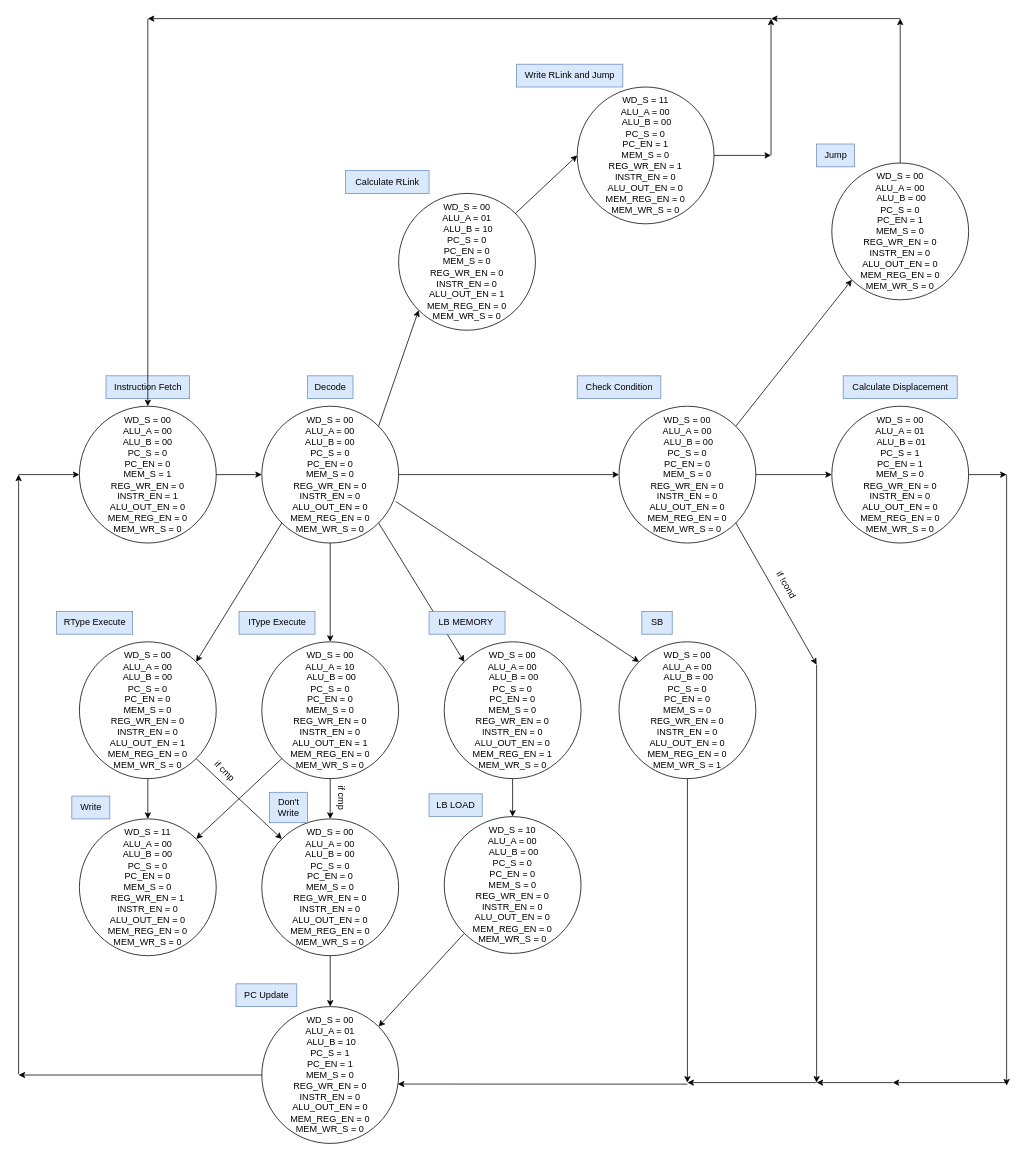
Earlier version of the draw.io diagram FSM.drawio (JaredMiller9922/3710-Group-Project). Source tidied: cells renumbered, new cells numbered last; positions are measured from the earlier drawing's top-left corner, leaving out a move shared by most shapes. Both pictures are drawn from the tidied source at 76%, with x=0, y=0 at pixel (18, 18).
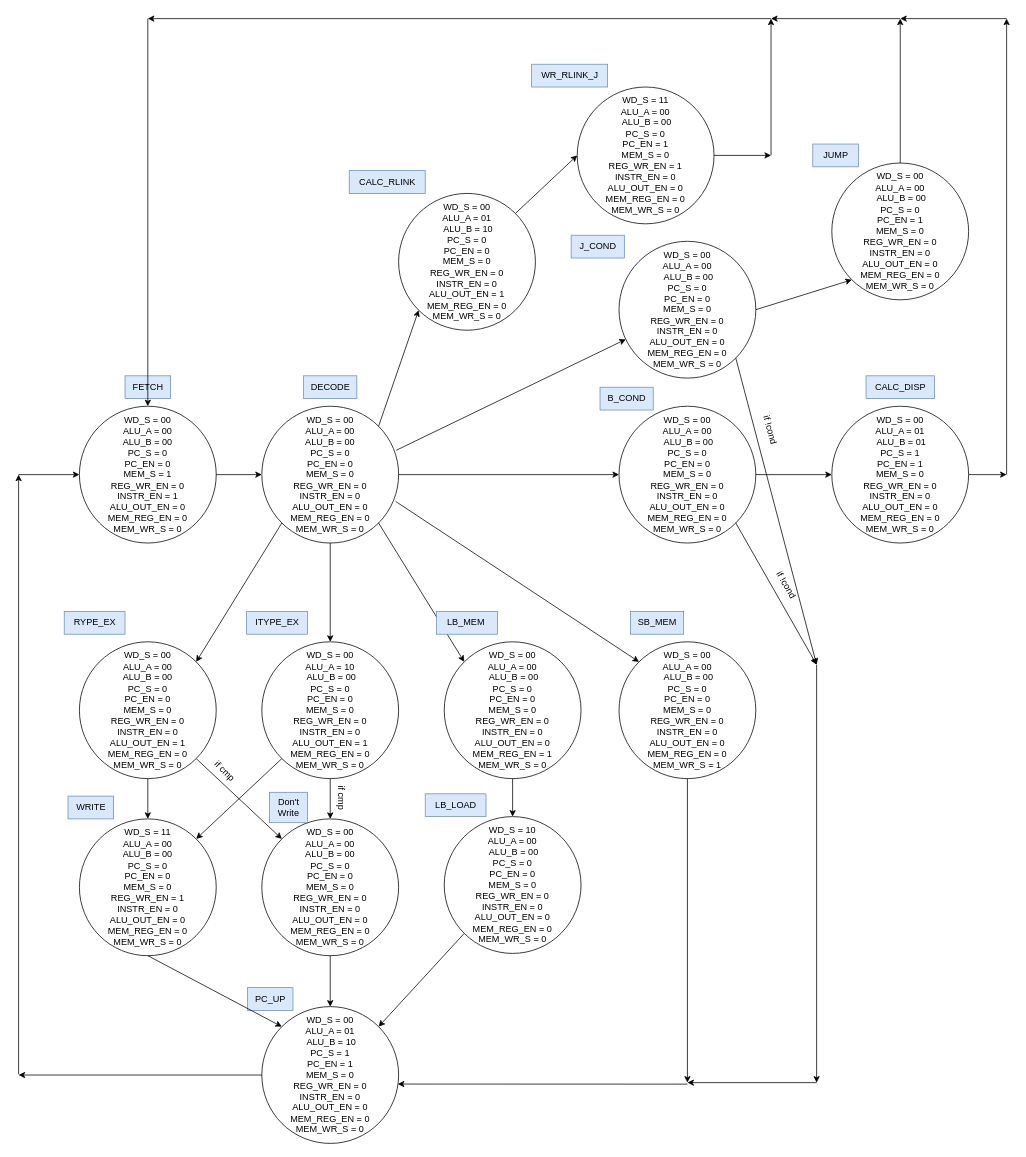
Above is the later version.

Commit message (it also covers changes not shown here):
updates datapath and fsm

The change refers to these unchanged cells:
```xml
<mxCell id="4" value="&lt;div&gt;&lt;div&gt;WD_S = 00&lt;/div&gt;&lt;div&gt;ALU_A = 00&lt;/div&gt;&lt;div&gt;ALU_B = 00&lt;/div&gt;&lt;div&gt;PC_S = 0&lt;/div&gt;&lt;div&gt;PC_EN = 0&lt;/div&gt;&lt;div&gt;MEM_S = 0&lt;/div&gt;&lt;div&gt;&lt;span style=&quot;background-color: initial;&quot;&gt;REG_WR_EN = 0&lt;/span&gt;&lt;/div&gt;&lt;/div&gt;&lt;div&gt;INSTR_EN = 0&lt;/div&gt;&lt;div&gt;&lt;span style=&quot;background-color: initial;&quot;&gt;ALU_OUT_EN = 0&lt;br&gt;&lt;/span&gt;&lt;div&gt;&lt;span style=&quot;background-color: initial;&quot;&gt;MEM_REG_EN = 0&lt;/span&gt;&lt;/div&gt;&lt;div&gt;&lt;span style=&quot;background-color: initial;&quot;&gt;MEM_WR_S = 0&lt;/span&gt;&lt;/div&gt;&lt;/div&gt;" style="ellipse;whiteSpace=wrap;html=1;" parent="1" vertex="1">
  <mxGeometry x="320" y="510" width="180" height="180" as="geometry" />
</mxCell>
<mxCell id="9" value="&lt;div&gt;&lt;div&gt;WD_S = 11&lt;/div&gt;&lt;div&gt;ALU_A = 00&lt;/div&gt;&lt;div&gt;ALU_B = 00&lt;/div&gt;&lt;div&gt;PC_S = 0&lt;/div&gt;&lt;div&gt;PC_EN = 0&lt;/div&gt;&lt;div&gt;MEM_S = 0&lt;/div&gt;&lt;div&gt;&lt;span style=&quot;background-color: initial;&quot;&gt;REG_WR_EN = 1&lt;/span&gt;&lt;/div&gt;&lt;/div&gt;&lt;div&gt;INSTR_EN = 0&lt;/div&gt;&lt;div&gt;&lt;/div&gt;ALU_OUT_EN = 0&lt;div&gt;&lt;div&gt;&lt;span style=&quot;background-color: initial;&quot;&gt;MEM_REG_EN = 0&lt;/span&gt;&lt;/div&gt;&lt;div&gt;&lt;span style=&quot;background-color: initial;&quot;&gt;MEM_WR_S = 0&lt;/span&gt;&lt;/div&gt;&lt;/div&gt;" style="ellipse;whiteSpace=wrap;html=1;" parent="1" vertex="1">
  <mxGeometry x="80" y="1053" width="180" height="180" as="geometry" />
</mxCell>
<mxCell id="23" value="&lt;div&gt;&lt;div&gt;WD_S = 00&lt;/div&gt;&lt;div&gt;ALU_A = 01&lt;/div&gt;&lt;div&gt;&amp;nbsp;ALU_B = 10&lt;/div&gt;&lt;div&gt;PC_S = 1&lt;/div&gt;&lt;div&gt;PC_EN = 1&lt;/div&gt;&lt;div&gt;MEM_S = 0&lt;/div&gt;&lt;div&gt;&lt;span style=&quot;background-color: initial;&quot;&gt;REG_WR_EN = 0&lt;/span&gt;&lt;/div&gt;&lt;/div&gt;&lt;div&gt;INSTR_EN = 0&lt;/div&gt;&lt;div&gt;ALU_OUT_EN = 0&lt;/div&gt;&lt;div&gt;&lt;div&gt;&lt;span style=&quot;background-color: initial;&quot;&gt;MEM_REG_EN = 0&lt;/span&gt;&lt;/div&gt;&lt;div&gt;&lt;span style=&quot;background-color: initial;&quot;&gt;MEM_WR_S = 0&lt;/span&gt;&lt;/div&gt;&lt;/div&gt;" style="ellipse;whiteSpace=wrap;html=1;" parent="1" vertex="1">
  <mxGeometry x="320" y="1300" width="180" height="180" as="geometry" />
</mxCell>
<mxCell id="41" value="&lt;div&gt;&lt;div&gt;WD_S = 00&lt;/div&gt;&lt;div&gt;ALU_A = 00&lt;/div&gt;&lt;div&gt;&amp;nbsp;ALU_B = 00&lt;/div&gt;&lt;div&gt;PC_S = 0&lt;/div&gt;&lt;div&gt;PC_EN = 0&lt;/div&gt;&lt;div&gt;MEM_S = 0&lt;/div&gt;&lt;div&gt;&lt;span style=&quot;background-color: initial;&quot;&gt;REG_WR_EN = 0&lt;/span&gt;&lt;/div&gt;&lt;/div&gt;&lt;div&gt;INSTR_EN = 0&lt;/div&gt;&lt;div&gt;ALU_OUT_EN = 0&lt;br&gt;&lt;div&gt;&lt;span style=&quot;background-color: initial;&quot;&gt;MEM_REG_EN = 0&lt;/span&gt;&lt;/div&gt;&lt;div&gt;&lt;span style=&quot;background-color: initial;&quot;&gt;MEM_WR_S = 0&lt;/span&gt;&lt;/div&gt;&lt;/div&gt;" style="ellipse;whiteSpace=wrap;html=1;" parent="1" vertex="1">
  <mxGeometry x="790" y="510" width="180" height="180" as="geometry" />
</mxCell>
<mxCell id="65" value="&lt;div&gt;&lt;div&gt;WD_S = 00&lt;/div&gt;&lt;div&gt;ALU_A = 00&lt;/div&gt;&lt;div&gt;&amp;nbsp;ALU_B = 00&lt;/div&gt;&lt;div&gt;PC_S = 0&lt;/div&gt;&lt;div&gt;PC_EN = 1&lt;/div&gt;&lt;div&gt;MEM_S = 0&lt;/div&gt;&lt;div&gt;&lt;span style=&quot;background-color: initial;&quot;&gt;REG_WR_EN = 0&lt;/span&gt;&lt;/div&gt;&lt;/div&gt;&lt;div&gt;INSTR_EN = 0&lt;/div&gt;&lt;div&gt;ALU_OUT_EN = 0&lt;br&gt;&lt;div&gt;&lt;span style=&quot;background-color: initial;&quot;&gt;MEM_REG_EN = 0&lt;/span&gt;&lt;/div&gt;&lt;div&gt;&lt;span style=&quot;background-color: initial;&quot;&gt;MEM_WR_S = 0&lt;/span&gt;&lt;/div&gt;&lt;/div&gt;" style="ellipse;whiteSpace=wrap;html=1;" parent="1" vertex="1">
  <mxGeometry x="1070" y="190" width="180" height="180" as="geometry" />
</mxCell>
```

The edit, as a diff of the source:
```diff
@@
-    <mxCell id="3" value="Instruction Fetch" style="text;html=1;align=center;verticalAlign=middle;strokeColor=#6c8ebf;fillColor=#dae8fc;" parent="1" vertex="1">
-      <mxGeometry x="115" y="470" width="110" height="30" as="geometry" />
+    <mxCell id="3" value="FETCH" style="text;html=1;align=center;verticalAlign=middle;strokeColor=#6c8ebf;fillColor=#dae8fc;" parent="1" vertex="1">
+      <mxGeometry x="140" y="470" width="60" height="30" as="geometry" />
     </mxCell>
@@
-    <mxCell id="5" value="Decode" style="text;html=1;align=center;verticalAlign=middle;strokeColor=#6c8ebf;fillColor=#dae8fc;" parent="1" vertex="1">
-      <mxGeometry x="380" y="470" width="60" height="30" as="geometry" />
+    <mxCell id="5" value="DECODE" style="text;html=1;align=center;verticalAlign=middle;strokeColor=#6c8ebf;fillColor=#dae8fc;" parent="1" vertex="1">
+      <mxGeometry x="375" y="470" width="70" height="30" as="geometry" />
     </mxCell>
-    <mxCell id="6" value="RType Execute" style="text;html=1;align=center;verticalAlign=middle;strokeColor=#6c8ebf;fillColor=#dae8fc;" parent="1" vertex="1">
-      <mxGeometry x="50" y="780" width="100" height="30" as="geometry" />
+    <mxCell id="6" value="RYPE_EX" style="text;html=1;align=center;verticalAlign=middle;strokeColor=#6c8ebf;fillColor=#dae8fc;" parent="1" vertex="1">
+      <mxGeometry x="60" y="780" width="80" height="30" as="geometry" />
     </mxCell>
@@
-    <mxCell id="10" value="Write" style="text;html=1;align=center;verticalAlign=middle;strokeColor=#6c8ebf;fillColor=#dae8fc;" parent="1" vertex="1">
-      <mxGeometry x="70" y="1023" width="50" height="30" as="geometry" />
+    <mxCell id="10" value="WRITE" style="text;html=1;align=center;verticalAlign=middle;strokeColor=#6c8ebf;fillColor=#dae8fc;" parent="1" vertex="1">
+      <mxGeometry x="65" y="1023" width="60" height="30" as="geometry" />
     </mxCell>
@@
-    <mxCell id="14" value="IType Execute" style="text;html=1;align=center;verticalAlign=middle;strokeColor=#6c8ebf;fillColor=#dae8fc;" parent="1" vertex="1">
-      <mxGeometry x="290" y="780" width="100" height="30" as="geometry" />
+    <mxCell id="14" value="ITYPE_EX" style="text;html=1;align=center;verticalAlign=middle;strokeColor=#6c8ebf;fillColor=#dae8fc;" parent="1" vertex="1">
+      <mxGeometry x="300" y="780" width="80" height="30" as="geometry" />
     </mxCell>
@@
-    <mxCell id="24" value="PC Update" style="text;html=1;align=center;verticalAlign=middle;strokeColor=#6c8ebf;fillColor=#dae8fc;" parent="1" vertex="1">
-      <mxGeometry x="286" y="1270" width="80" height="30" as="geometry" />
+    <mxCell id="24" value="PC_UP" style="text;html=1;align=center;verticalAlign=middle;strokeColor=#6c8ebf;fillColor=#dae8fc;" parent="1" vertex="1">
+      <mxGeometry x="301" y="1275" width="60" height="30" as="geometry" />
     </mxCell>
@@
-    <mxCell id="31" value="LB MEMORY&amp;nbsp;" style="text;html=1;align=center;verticalAlign=middle;strokeColor=#6c8ebf;fillColor=#dae8fc;" parent="1" vertex="1">
-      <mxGeometry x="540" y="780" width="100" height="30" as="geometry" />
+    <mxCell id="31" value="LB_MEM&amp;nbsp;" style="text;html=1;align=center;verticalAlign=middle;strokeColor=#6c8ebf;fillColor=#dae8fc;" parent="1" vertex="1">
+      <mxGeometry x="550" y="780" width="80" height="30" as="geometry" />
     </mxCell>
@@
-    <mxCell id="34" value="SB" style="text;html=1;align=center;verticalAlign=middle;strokeColor=#6c8ebf;fillColor=#dae8fc;" parent="1" vertex="1">
-      <mxGeometry x="820" y="780" width="40" height="30" as="geometry" />
+    <mxCell id="34" value="SB_MEM" style="text;html=1;align=center;verticalAlign=middle;strokeColor=#6c8ebf;fillColor=#dae8fc;" parent="1" vertex="1">
+      <mxGeometry x="805" y="780" width="70" height="30" as="geometry" />
     </mxCell>
-    <mxCell id="35" value="LB LOAD" style="text;html=1;align=center;verticalAlign=middle;strokeColor=#6c8ebf;fillColor=#dae8fc;" parent="1" vertex="1">
-      <mxGeometry x="540" y="1020" width="70" height="30" as="geometry" />
+    <mxCell id="35" value="LB_LOAD" style="text;html=1;align=center;verticalAlign=middle;strokeColor=#6c8ebf;fillColor=#dae8fc;" parent="1" vertex="1">
+      <mxGeometry x="535" y="1020" width="80" height="30" as="geometry" />
     </mxCell>
@@
-    <mxCell id="43" value="Check Condition" style="text;html=1;align=center;verticalAlign=middle;strokeColor=#6c8ebf;fillColor=#dae8fc;" parent="1" vertex="1">
-      <mxGeometry x="735" y="470" width="110" height="30" as="geometry" />
+    <mxCell id="43" value="B_COND" style="text;html=1;align=center;verticalAlign=middle;strokeColor=#6c8ebf;fillColor=#dae8fc;" parent="1" vertex="1">
+      <mxGeometry x="765" y="485" width="70" height="30" as="geometry" />
     </mxCell>
@@
-    <mxCell id="48" value="Calculate Displacement" style="text;html=1;align=center;verticalAlign=middle;strokeColor=#6c8ebf;fillColor=#dae8fc;" parent="1" vertex="1">
-      <mxGeometry x="1085" y="470" width="150" height="30" as="geometry" />
+    <mxCell id="48" value="CALC_DISP" style="text;html=1;align=center;verticalAlign=middle;strokeColor=#6c8ebf;fillColor=#dae8fc;" parent="1" vertex="1">
+      <mxGeometry x="1115" y="470" width="90" height="30" as="geometry" />
     </mxCell>
-    <mxCell id="49" style="endArrow=classic;html=1;rounded=0;exitX=1;exitY=0;exitDx=0;exitDy=0;entryX=0;entryY=1;entryDx=0;entryDy=0;" parent="1" edge="1" source="41" target="65">
+    <mxCell id="49" style="endArrow=classic;html=1;rounded=0;exitX=1;exitY=0.5;exitDx=0;exitDy=0;entryX=0;entryY=1;entryDx=0;entryDy=0;" parent="1" edge="1" source="70" target="65">
       <mxGeometry relative="1" as="geometry" />
     </mxCell>
@@
-    <mxCell id="51" style="endArrow=classic;html=1;rounded=0;" parent="1" edge="1">
-      <mxGeometry relative="1" as="geometry">
-        <mxPoint x="1150" y="1400" as="sourcePoint" />
-        <mxPoint x="1050" y="1400" as="targetPoint" />
-      </mxGeometry>
-    </mxCell>
-    <mxCell id="52" style="endArrow=classic;html=1;rounded=0;" parent="1" edge="1">
-      <mxGeometry relative="1" as="geometry">
-        <mxPoint x="1300" y="600" as="sourcePoint" />
-        <mxPoint x="1300" y="1403.8" as="targetPoint" />
-      </mxGeometry>
-    </mxCell>
-    <mxCell id="53" style="endArrow=classic;html=1;rounded=0;" parent="1" edge="1">
-      <mxGeometry relative="1" as="geometry">
-        <mxPoint x="1300" y="1400" as="sourcePoint" />
-        <mxPoint x="1150" y="1400" as="targetPoint" />
-      </mxGeometry>
-    </mxCell>
-    <mxCell id="54" value="Jump" style="text;html=1;align=center;verticalAlign=middle;strokeColor=#6c8ebf;fillColor=#dae8fc;" parent="1" vertex="1">
-      <mxGeometry x="1050" y="165" width="50" height="30" as="geometry" />
+    <mxCell id="54" value="JUMP" style="text;html=1;align=center;verticalAlign=middle;strokeColor=#6c8ebf;fillColor=#dae8fc;" parent="1" vertex="1">
+      <mxGeometry x="1045" y="165" width="60" height="30" as="geometry" />
     </mxCell>
@@
-    <mxCell id="56" value="Calculate RLink" style="text;html=1;align=center;verticalAlign=middle;strokeColor=#6c8ebf;fillColor=#dae8fc;" parent="1" vertex="1">
-      <mxGeometry x="430" y="200" width="110" height="30" as="geometry" />
+    <mxCell id="56" value="CALC_RLINK" style="text;html=1;align=center;verticalAlign=middle;strokeColor=#6c8ebf;fillColor=#dae8fc;" parent="1" vertex="1">
+      <mxGeometry x="435" y="200" width="100" height="30" as="geometry" />
     </mxCell>
-    <mxCell id="57" value="Write RLink and Jump" style="text;html=1;align=center;verticalAlign=middle;strokeColor=#6c8ebf;fillColor=#dae8fc;" parent="1" vertex="1">
-      <mxGeometry x="655" y="60" width="140" height="30" as="geometry" />
+    <mxCell id="57" value="WR_RLINK_J" style="text;html=1;align=center;verticalAlign=middle;strokeColor=#6c8ebf;fillColor=#dae8fc;" parent="1" vertex="1">
+      <mxGeometry x="675" y="60" width="100" height="30" as="geometry" />
     </mxCell>
@@
+    <mxCell id="70" value="&lt;div&gt;&lt;div&gt;WD_S = 00&lt;/div&gt;&lt;div&gt;ALU_A = 00&lt;/div&gt;&lt;div&gt;&amp;nbsp;ALU_B = 00&lt;/div&gt;&lt;div&gt;PC_S = 0&lt;/div&gt;&lt;div&gt;PC_EN = 0&lt;/div&gt;&lt;div&gt;MEM_S = 0&lt;/div&gt;&lt;div&gt;&lt;span style=&quot;background-color: initial;&quot;&gt;REG_WR_EN = 0&lt;/span&gt;&lt;/div&gt;&lt;/div&gt;&lt;div&gt;INSTR_EN = 0&lt;/div&gt;&lt;div&gt;ALU_OUT_EN = 0&lt;br&gt;&lt;div&gt;&lt;span style=&quot;background-color: initial;&quot;&gt;MEM_REG_EN = 0&lt;/span&gt;&lt;/div&gt;&lt;div&gt;&lt;span style=&quot;background-color: initial;&quot;&gt;MEM_WR_S = 0&lt;/span&gt;&lt;/div&gt;&lt;/div&gt;" style="ellipse;whiteSpace=wrap;html=1;" parent="1" vertex="1">
+      <mxGeometry x="790" y="293" width="180" height="180" as="geometry" />
+    </mxCell>
+    <mxCell id="71" style="endArrow=classic;html=1;rounded=0;exitX=0.983;exitY=0.322;exitDx=0;exitDy=0;exitPerimeter=0;" parent="1" edge="1" source="4" target="70">
+      <mxGeometry relative="1" as="geometry" />
+    </mxCell>
+    <mxCell id="72" value="J_COND" style="text;html=1;align=center;verticalAlign=middle;strokeColor=#6c8ebf;fillColor=#dae8fc;" parent="1" vertex="1">
+      <mxGeometry x="727" y="285" width="70" height="30" as="geometry" />
+    </mxCell>
+    <mxCell id="73" style="endArrow=classic;html=1;rounded=0;exitX=1;exitY=1;exitDx=0;exitDy=0;" parent="1" edge="1" source="70">
+      <mxGeometry relative="1" as="geometry">
+        <mxPoint x="1050" y="850" as="targetPoint" />
+      </mxGeometry>
+    </mxCell>
+    <mxCell id="74" value="if !cond" style="text;html=1;align=center;verticalAlign=middle;strokeColor=none;fillColor=none;rotation=75;" parent="1" vertex="1">
+      <mxGeometry x="959" y="526" width="60" height="30" as="geometry" />
+    </mxCell>
+    <mxCell id="75" style="endArrow=classic;html=1;rounded=0;" parent="1" edge="1">
+      <mxGeometry relative="1" as="geometry">
+        <mxPoint x="1300" y="600" as="sourcePoint" />
+        <mxPoint x="1300" as="targetPoint" />
+      </mxGeometry>
+    </mxCell>
+    <mxCell id="76" style="endArrow=classic;html=1;rounded=0;" parent="1" edge="1">
+      <mxGeometry relative="1" as="geometry">
+        <mxPoint x="1300" as="sourcePoint" />
+        <mxPoint x="1160" as="targetPoint" />
+      </mxGeometry>
+    </mxCell>
+    <mxCell id="77" style="endArrow=classic;html=1;rounded=0;exitX=0.5;exitY=1;exitDx=0;exitDy=0;entryX=0;entryY=0;entryDx=0;entryDy=0;" parent="1" edge="1" source="9" target="23">
+      <mxGeometry relative="1" as="geometry" />
+    </mxCell>
```
